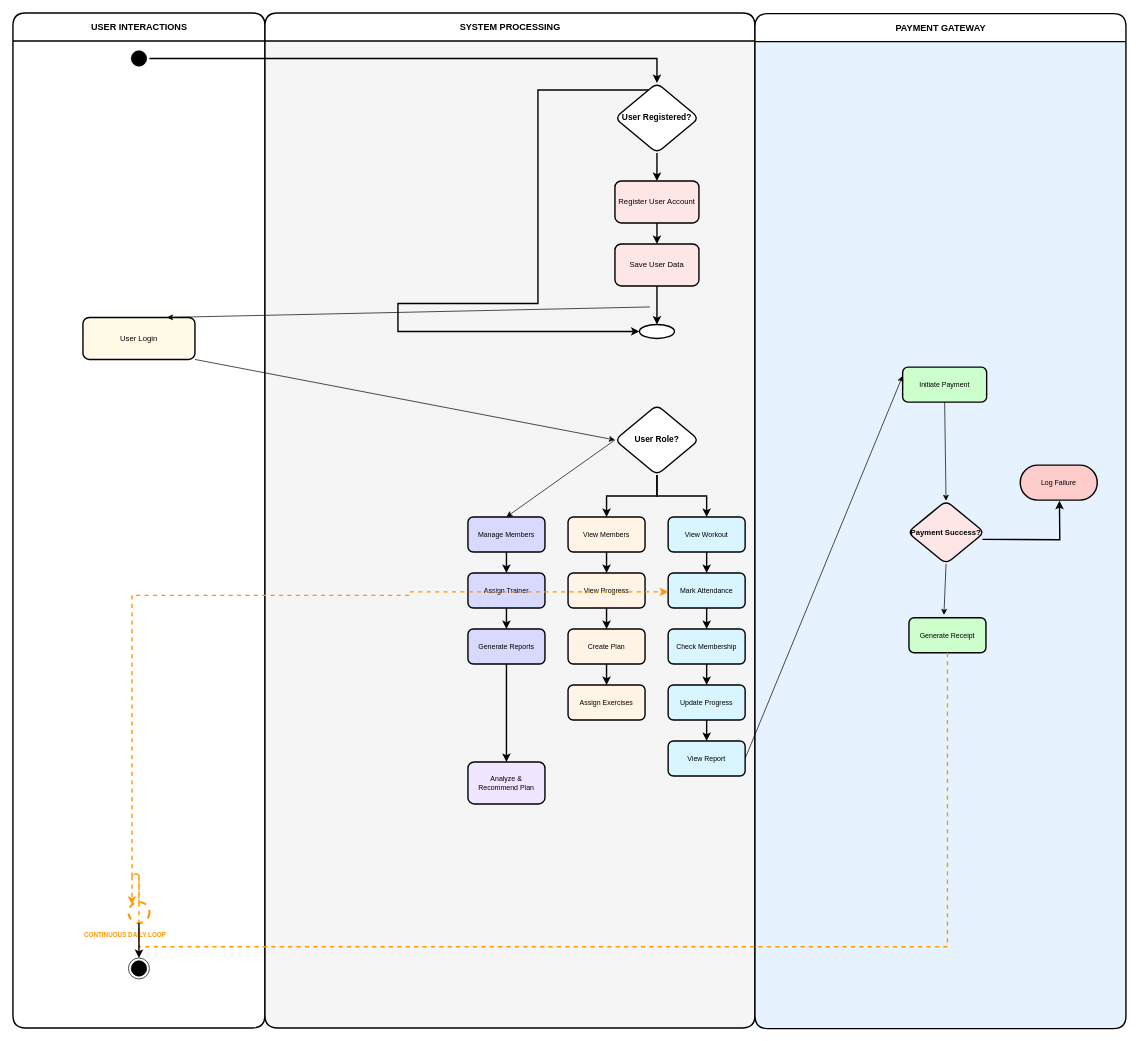
GUNADEEP19/GYM-MANAGEMENT-SYSTEM keeps this draw.io diagram as UML DIAGRAMS/ACTIVITY DIAGRAM/Gym_System_Activity_Diagram.drawio. Above is the earlier version. Source tidied: cells renumbered, new cells numbered last; positions are measured from the earlier drawing's top-left corner, leaving out a move shared by most shapes. Both pictures are drawn from the tidied source at 70%, with x=0, y=0 at pixel (13, 13).
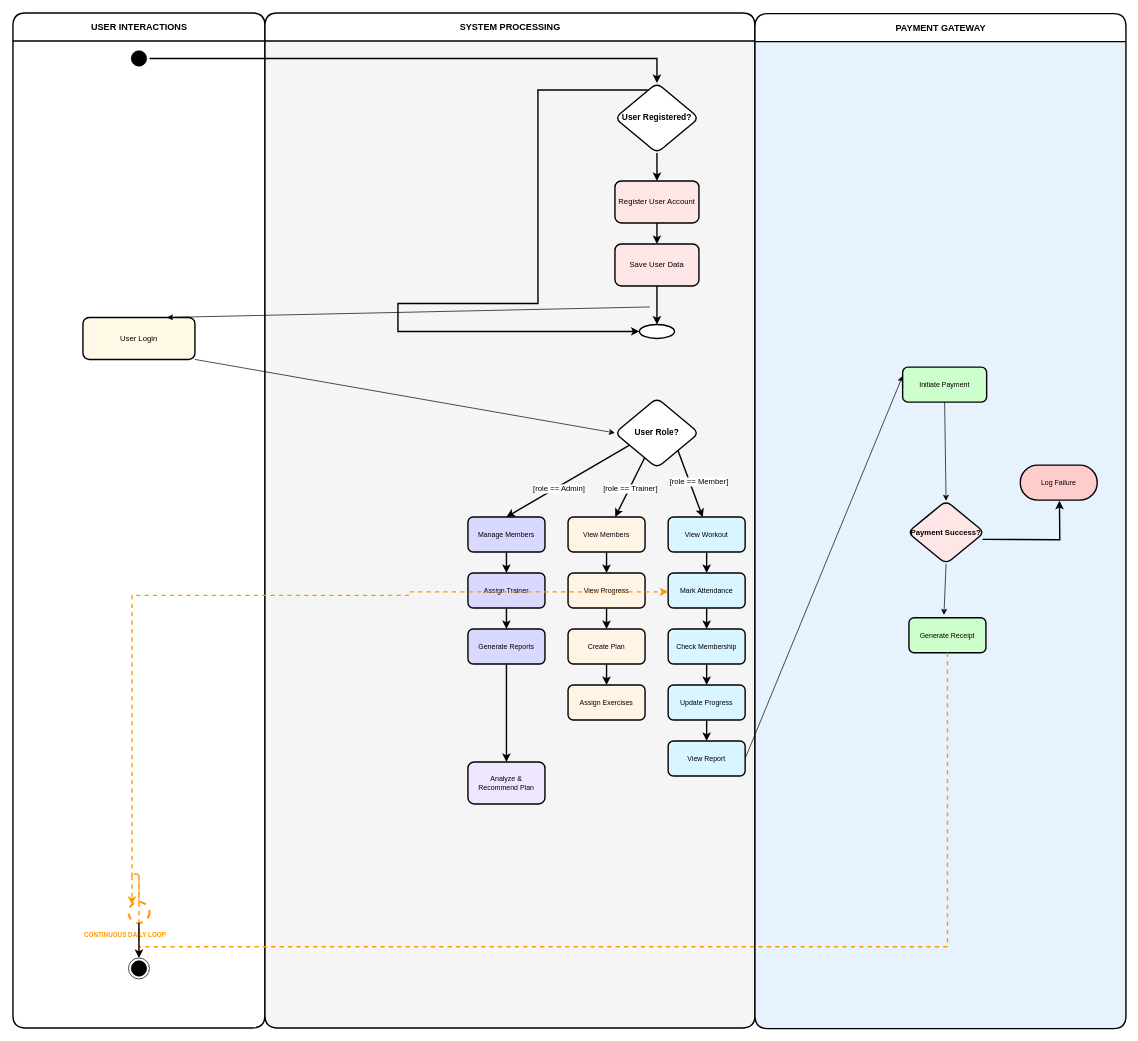
After the change.

Commit message (it also covers changes not shown here):
docs(activity-diagram): update activity diagram source and export

The change refers to these unchanged cells:
```xml
<mxCell id="8" value="SYSTEM PROCESSING" style="swimlane;html=1;startSize=40;horizontal=1;swimlaneFillColor=#f5f5f5;rounded=1;fontSize=13;fontStyle=1;strokeWidth=2;" parent="1" vertex="1">
  <mxGeometry x="360" width="700" height="1450" as="geometry" />
</mxCell>
<mxCell id="14" value="Manage Members" style="rounded=1;whiteSpace=wrap;html=1;strokeWidth=2;fontSize=10;fillColor=#d9d9ff;" parent="8" vertex="1">
  <mxGeometry x="290" y="720" width="110" height="50" as="geometry" />
</mxCell>
<mxCell id="17" value="View Members" style="rounded=1;whiteSpace=wrap;html=1;strokeWidth=2;fontSize=10;fillColor=#fff4e6;" parent="8" vertex="1">
  <mxGeometry x="433" y="720" width="110" height="50" as="geometry" />
</mxCell>
<mxCell id="21" value="View Workout" style="rounded=1;whiteSpace=wrap;html=1;strokeWidth=2;fontSize=10;fillColor=#d9f5ff;" parent="8" vertex="1">
  <mxGeometry x="576" y="720" width="110" height="50" as="geometry" />
</mxCell>
```

The edit, as a diff of the source:
```diff
@@
     <mxCell id="13" value="User Role?" style="rhombus;whiteSpace=wrap;html=1;rounded=1;strokeWidth=2;fontSize=12;fontStyle=1;" parent="8" vertex="1">
-      <mxGeometry x="500" y="560" width="120" height="100" as="geometry" />
+      <mxGeometry x="500" y="550" width="120" height="100" as="geometry" />
     </mxCell>
@@
+    <mxCell id="58" style="endArrow=classic;html=1;rounded=0;entryX=0.5;entryY=0;entryDx=0;entryDy=0;exitX=0.174;exitY=0.674;exitDx=0;exitDy=0;exitPerimeter=0;strokeWidth=2;" parent="8" edge="1" source="13" target="14">
+      <mxGeometry relative="1" as="geometry" />
+    </mxCell>
+    <mxCell id="59" value="[role == Admin]" style="edgeLabel;html=1;align=center;verticalAlign=middle;" parent="58" vertex="1">
+      <mxGeometry x="0.17" y="2" relative="1" as="geometry" />
+    </mxCell>
+    <mxCell id="44" style="html=1;rounded=1;strokeWidth=2;exitX=1;exitY=1;exitDx=0;exitDy=0;entryX=0.449;entryY=0.006;entryDx=0;entryDy=0;entryPerimeter=0;" parent="8" edge="1" source="13" target="21">
+      <mxGeometry relative="1" as="geometry" />
+    </mxCell>
@@
-    <mxCell id="40" style="edgeStyle=orthogonalEdgeStyle;html=1;rounded=0;strokeWidth=2;" parent="1" edge="1" source="13" target="17">
+    <mxCell id="40" style="html=1;rounded=0;strokeWidth=2;" parent="1" edge="1" source="13" target="17">
       <mxGeometry relative="1" as="geometry" />
     </mxCell>
+    <mxCell id="60" value="[role == Trainer]" style="edgeLabel;html=1;align=center;verticalAlign=middle;" parent="40" vertex="1">
+      <mxGeometry x="0.03" y="1" relative="1" as="geometry" />
+    </mxCell>
@@
-    <mxCell id="44" style="edgeStyle=orthogonalEdgeStyle;html=1;rounded=0;strokeWidth=2;" parent="1" edge="1" source="13" target="21">
-      <mxGeometry relative="1" as="geometry" />
-    </mxCell>
@@
-    <mxCell id="58" style="endArrow=classic;html=1;rounded=0;entryX=0.5;entryY=0;entryDx=0;entryDy=0;" parent="1" edge="1" target="14">
-      <mxGeometry relative="1" as="geometry">
-        <mxPoint x="860" y="610" as="sourcePoint" />
-      </mxGeometry>
-    </mxCell>
+    <mxCell id="61" value="[role == Member]" style="edgeLabel;html=1;align=center;verticalAlign=middle;" parent="1" vertex="1">
+      <mxGeometry x="960" y="670" as="geometry">
+        <mxPoint x="19" y="-1" as="offset" />
+      </mxGeometry>
+    </mxCell>
```
